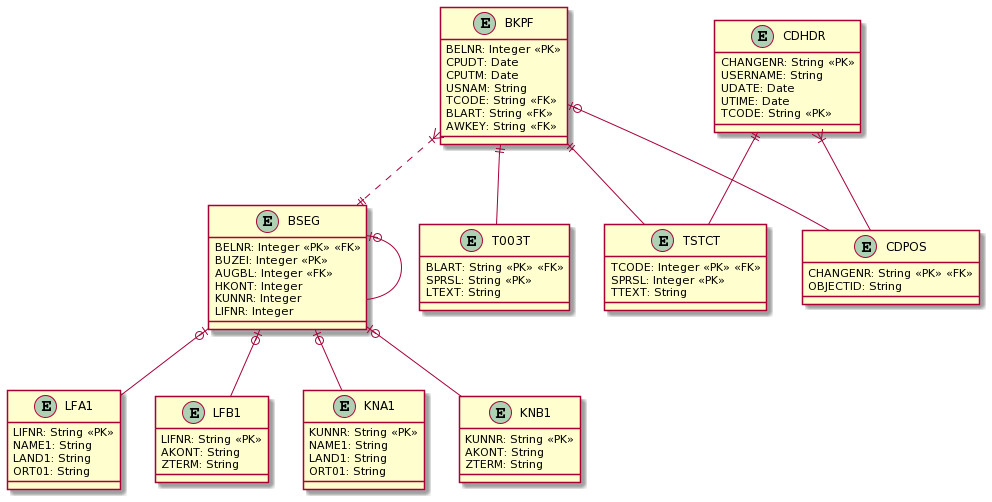
Javert899/sap-extractor keeps this PlantUML diagram as static/bkpf.png. Above is the earlier version.
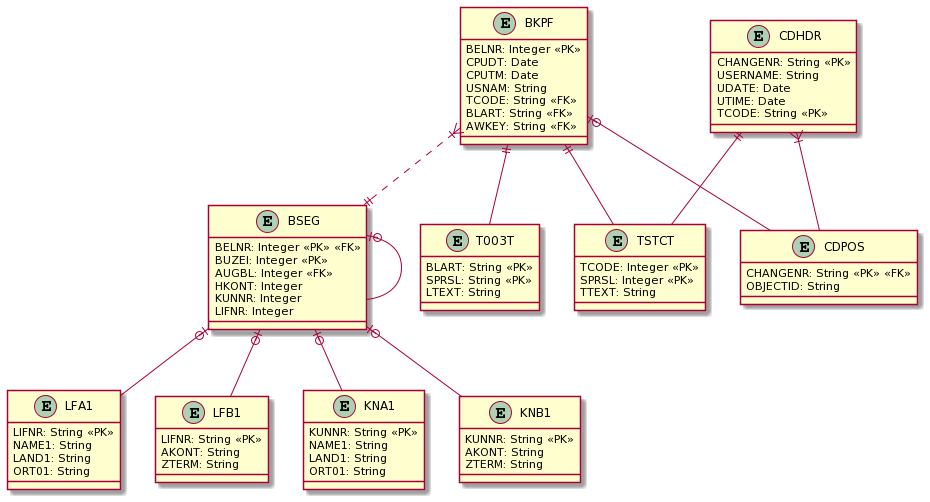
The same diagram one commit later.

Diff of the diagram source:
```diff
@@ -19,13 +19,13 @@
 }
 
 entity TSTCT {
-    TCODE: Integer <<PK>> <<FK>>
+    TCODE: Integer <<PK>>
     SPRSL: Integer <<PK>>
     TTEXT: String
 }
 
 entity T003T {
-    BLART: String <<PK>> <<FK>>
+    BLART: String <<PK>>
     SPRSL: String <<PK>>
     LTEXT: String
 }
```
